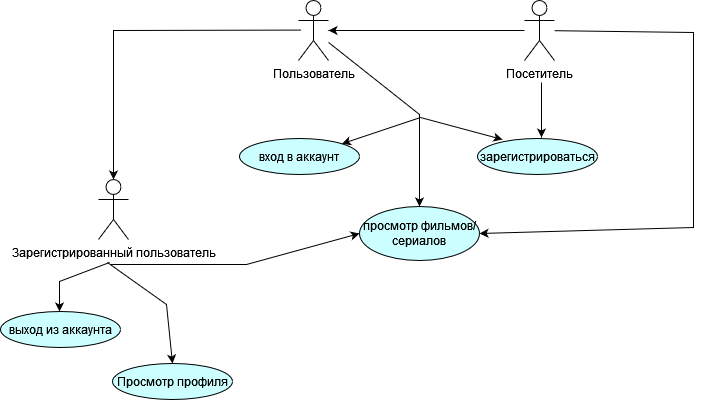
The draw.io diagram diagrams/images/useCase.drawio.png in neketta300/FILMS-APP, before a commit. Source tidied: cells renumbered, new cells last; positions are measured from the earlier drawing's top-left corner, leaving out a move shared by most shapes. Source of this version:
```xml
<mxGraphModel>
  <root>
    <mxCell id="0" />
    <mxCell id="1" parent="0" />
    <mxCell id="2" value="Пользователь" style="shape=umlActor;verticalLabelPosition=bottom;verticalAlign=top;html=1;outlineConnect=0;" parent="1" vertex="1">
      <mxGeometry x="298" width="30" height="60" as="geometry" />
    </mxCell>
    <mxCell id="3" value="Посетитель" style="shape=umlActor;verticalLabelPosition=bottom;verticalAlign=top;html=1;outlineConnect=0;" parent="1" vertex="1">
      <mxGeometry x="524" width="30" height="60" as="geometry" />
    </mxCell>
    <mxCell id="4" value="вход в аккаунт" style="ellipse;whiteSpace=wrap;html=1;fillColor=#CCFFFF;strokeColor=#000000;" parent="1" vertex="1">
      <mxGeometry x="239" y="138" width="120" height="36" as="geometry" />
    </mxCell>
    <mxCell id="5" value="зарегистрироваться" style="ellipse;whiteSpace=wrap;html=1;fillColor=#CCFFFF;strokeColor=#000000;" parent="1" vertex="1">
      <mxGeometry x="477" y="138" width="120" height="36" as="geometry" />
    </mxCell>
    <mxCell id="6" value="просмотр фильмов/сериалов" style="ellipse;whiteSpace=wrap;html=1;fillColor=#CCFFFF;strokeColor=#000000;" parent="1" vertex="1">
      <mxGeometry x="359" y="206" width="120" height="54" as="geometry" />
    </mxCell>
    <mxCell id="7" style="endArrow=classic;html=1;rounded=0;entryX=0.5;entryY=0;entryDx=0;entryDy=0;" parent="1" edge="1" source="2" target="6">
      <mxGeometry relative="1" as="geometry">
        <Array as="points">
          <mxPoint x="419" y="114" />
        </Array>
      </mxGeometry>
    </mxCell>
    <mxCell id="8" style="endArrow=classic;html=1;rounded=0;entryX=1;entryY=0;entryDx=0;entryDy=0;" parent="1" edge="1" target="4">
      <mxGeometry relative="1" as="geometry">
        <mxPoint x="420" y="117" as="sourcePoint" />
      </mxGeometry>
    </mxCell>
    <mxCell id="9" style="endArrow=classic;html=1;rounded=0;entryX=0.208;entryY=0.028;entryDx=0;entryDy=0;entryPerimeter=0;" parent="1" edge="1" target="5">
      <mxGeometry relative="1" as="geometry">
        <mxPoint x="420" y="117" as="sourcePoint" />
      </mxGeometry>
    </mxCell>
    <mxCell id="10" style="endArrow=classic;html=1;rounded=0;" parent="1" edge="1" source="3" target="2">
      <mxGeometry relative="1" as="geometry" />
    </mxCell>
    <mxCell id="11" style="endArrow=classic;html=1;rounded=0;" parent="1" edge="1">
      <mxGeometry relative="1" as="geometry">
        <mxPoint x="541" y="82" as="sourcePoint" />
        <mxPoint x="541" y="137" as="targetPoint" />
      </mxGeometry>
    </mxCell>
    <mxCell id="12" style="endArrow=classic;html=1;rounded=0;entryX=1;entryY=0.5;entryDx=0;entryDy=0;" parent="1" edge="1" source="3" target="6">
      <mxGeometry relative="1" as="geometry">
        <Array as="points">
          <mxPoint x="693" y="32" />
          <mxPoint x="693" y="171" />
          <mxPoint x="693" y="227" />
        </Array>
      </mxGeometry>
    </mxCell>
    <mxCell id="13" value="Зарегистрированный пользователь" style="shape=umlActor;verticalLabelPosition=bottom;verticalAlign=top;html=1;outlineConnect=0;" parent="1" vertex="1">
      <mxGeometry x="98" y="179" width="30" height="60" as="geometry" />
    </mxCell>
    <mxCell id="14" style="endArrow=classic;html=1;rounded=0;entryX=0.5;entryY=0;entryDx=0;entryDy=0;entryPerimeter=0;" parent="1" edge="1" target="13">
      <mxGeometry relative="1" as="geometry">
        <mxPoint x="301" y="29.6" as="sourcePoint" />
        <Array as="points">
          <mxPoint x="113" y="30" />
        </Array>
      </mxGeometry>
    </mxCell>
    <mxCell id="15" value="выход из аккаунта" style="ellipse;whiteSpace=wrap;html=1;fillColor=#CCFFFF;strokeColor=#000000;" parent="1" vertex="1">
      <mxGeometry y="311" width="120" height="36" as="geometry" />
    </mxCell>
    <mxCell id="16" value="Просмотр профиля" style="ellipse;whiteSpace=wrap;html=1;fillColor=#CCFFFF;strokeColor=#000000;" parent="1" vertex="1">
      <mxGeometry x="112" y="363" width="120" height="36" as="geometry" />
    </mxCell>
    <mxCell id="17" style="endArrow=classic;html=1;rounded=0;entryX=0.5;entryY=0;entryDx=0;entryDy=0;entryPerimeter=0;" parent="1" edge="1">
      <mxGeometry relative="1" as="geometry">
        <mxPoint x="109" y="262" as="sourcePoint" />
        <mxPoint x="59" y="311" as="targetPoint" />
        <Array as="points">
          <mxPoint x="59" y="281" />
        </Array>
      </mxGeometry>
    </mxCell>
    <mxCell id="18" style="endArrow=classic;html=1;rounded=0;entryX=0.5;entryY=0;entryDx=0;entryDy=0;" parent="1" edge="1" target="16">
      <mxGeometry relative="1" as="geometry">
        <mxPoint x="107" y="262" as="sourcePoint" />
        <Array as="points">
          <mxPoint x="128" y="277" />
          <mxPoint x="166" y="304" />
        </Array>
      </mxGeometry>
    </mxCell>
    <mxCell id="19" style="endArrow=classic;html=1;rounded=0;entryX=0;entryY=0.5;entryDx=0;entryDy=0;" parent="1" edge="1" target="6">
      <mxGeometry relative="1" as="geometry">
        <mxPoint x="110" y="264" as="sourcePoint" />
        <Array as="points">
          <mxPoint x="246" y="264" />
        </Array>
      </mxGeometry>
    </mxCell>
  </root>
</mxGraphModel>
```
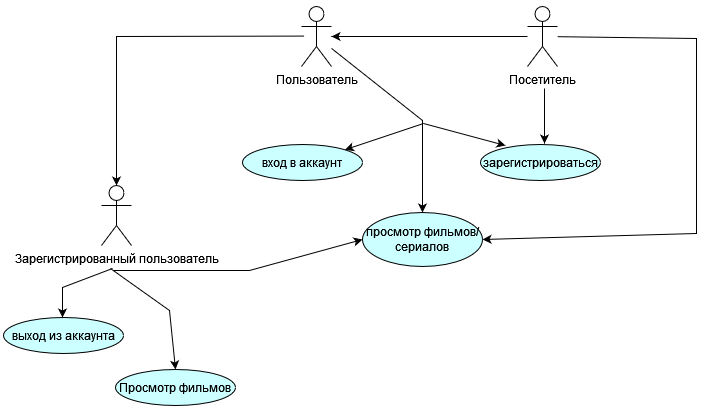
Above is the later version.

Diff of the diagram source:
```diff
@@ -2,6 +2,9 @@
   <root>
     <mxCell id="0" />
     <mxCell id="1" parent="0" />
+    <mxCell id="20" style="rounded=0;whiteSpace=wrap;html=1;strokeColor=none;" parent="1" vertex="1">
+      <mxGeometry x="-3" y="-6" width="712" height="413" as="geometry" />
+    </mxCell>
     <mxCell id="2" value="Пользователь" style="shape=umlActor;verticalLabelPosition=bottom;verticalAlign=top;html=1;outlineConnect=0;" parent="1" vertex="1">
       <mxGeometry x="298" width="30" height="60" as="geometry" />
     </mxCell>
@@ -66,7 +69,7 @@
     <mxCell id="15" value="выход из аккаунта" style="ellipse;whiteSpace=wrap;html=1;fillColor=#CCFFFF;strokeColor=#000000;" parent="1" vertex="1">
       <mxGeometry y="311" width="120" height="36" as="geometry" />
     </mxCell>
-    <mxCell id="16" value="Просмотр профиля" style="ellipse;whiteSpace=wrap;html=1;fillColor=#CCFFFF;strokeColor=#000000;" parent="1" vertex="1">
+    <mxCell id="16" value="Просмотр фильмов" style="ellipse;whiteSpace=wrap;html=1;fillColor=#CCFFFF;strokeColor=#000000;" parent="1" vertex="1">
       <mxGeometry x="112" y="363" width="120" height="36" as="geometry" />
     </mxCell>
     <mxCell id="17" style="endArrow=classic;html=1;rounded=0;entryX=0.5;entryY=0;entryDx=0;entryDy=0;entryPerimeter=0;" parent="1" edge="1">
```
